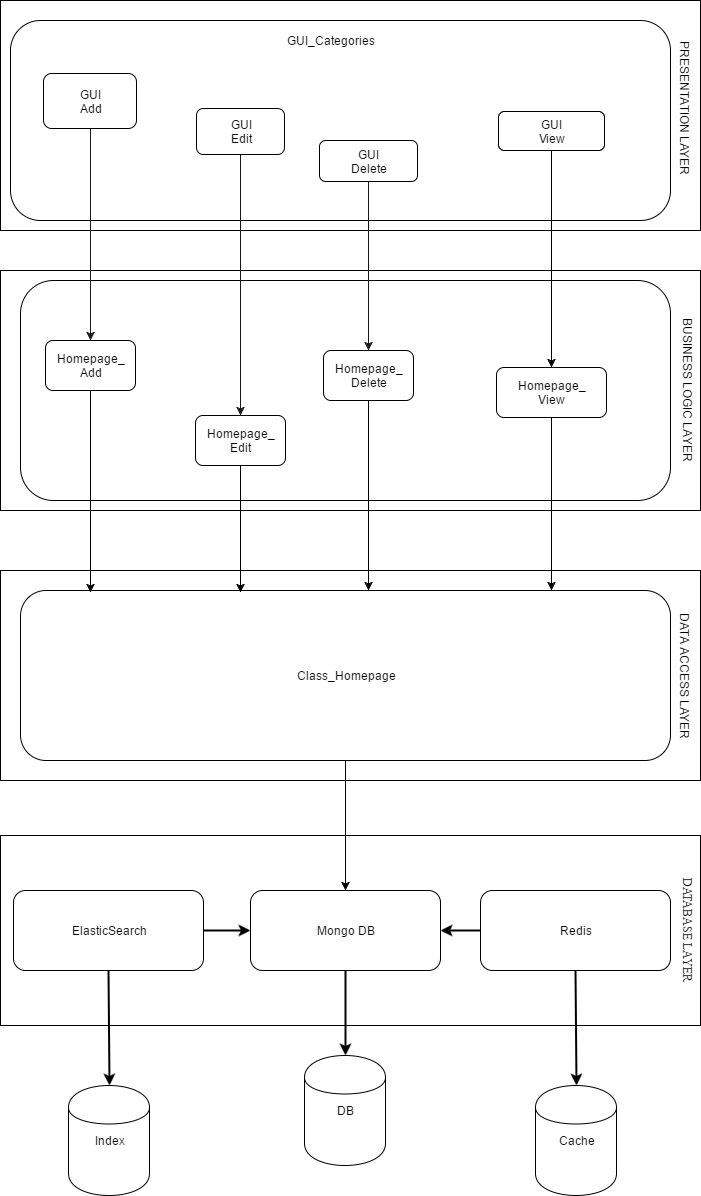
Haitrancntt/CapstonProject keeps this draw.io diagram as 4.SUBMIT_PLACE/4.1 HAI_TRAN/DESIGN/BSS_StaticView_Level2_Homepage.png. Above is the earlier version. Source tidied: cells renumbered, new cells last; positions are measured from the earlier drawing's top-left corner, leaving out a move shared by most shapes.
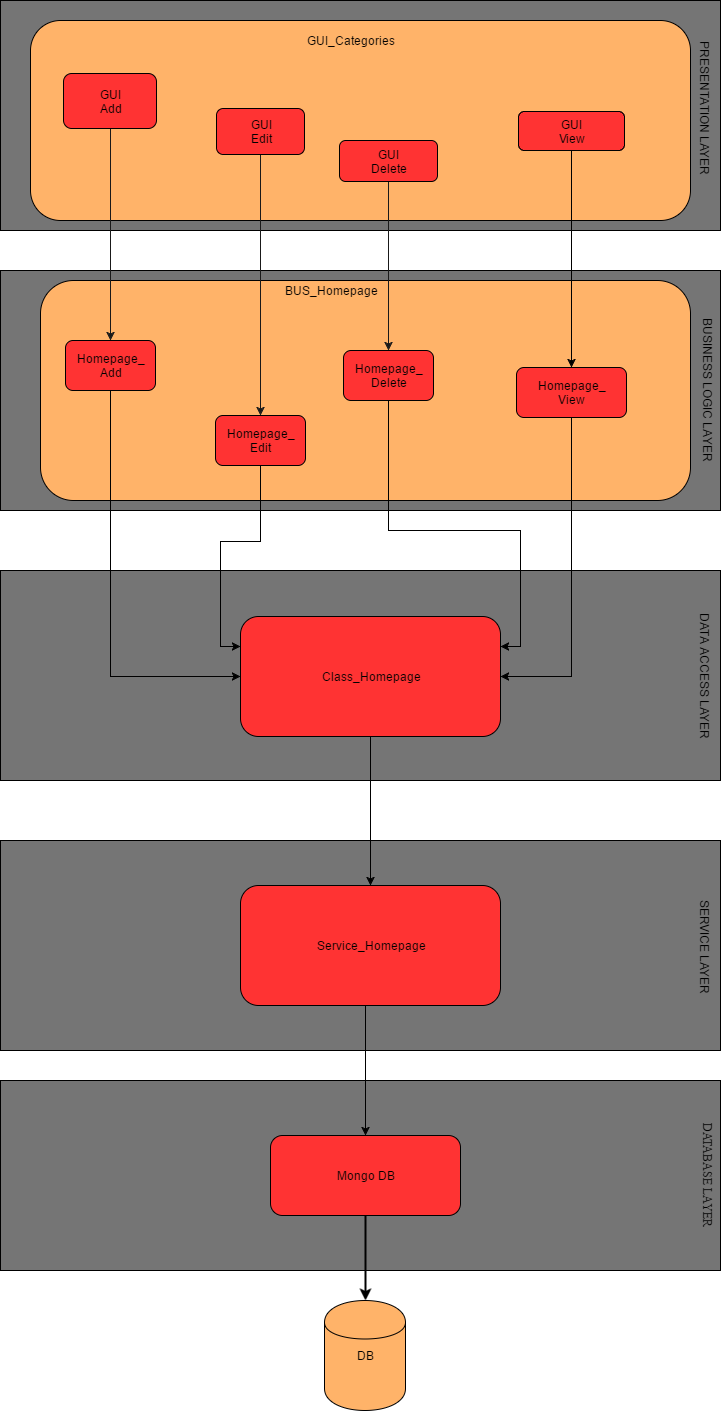
The same diagram one commit later.

Diff of the diagram source:
```diff
@@ -2,29 +2,37 @@
   <root>
     <mxCell id="0" />
     <mxCell id="1" parent="0" />
+    <mxCell id="42" style="whiteSpace=wrap;html=1;fillColor=#757575;" parent="1" vertex="1">
+      <mxGeometry x="-20" y="840" width="720" height="210" as="geometry" />
+    </mxCell>
-    <mxCell id="2" style="whiteSpace=wrap;html=1;" parent="1" vertex="1">
-      <mxGeometry y="835" width="700" height="190" as="geometry" />
+    <mxCell id="2" style="whiteSpace=wrap;html=1;fillColor=#757575;" parent="1" vertex="1">
+      <mxGeometry x="-20" y="1080" width="720" height="190" as="geometry" />
     </mxCell>
-    <mxCell id="3" style="whiteSpace=wrap;html=1;" parent="1" vertex="1">
-      <mxGeometry width="700" height="230" as="geometry" />
+    <mxCell id="3" style="whiteSpace=wrap;html=1;fillColor=#757575;" parent="1" vertex="1">
+      <mxGeometry x="-20" width="720" height="230" as="geometry" />
     </mxCell>
-    <mxCell id="4" value="&lt;div&gt;&lt;br&gt;&lt;/div&gt;&lt;div&gt;&lt;br&gt;&lt;/div&gt;&lt;div&gt;&lt;br&gt;&lt;/div&gt;&lt;div&gt;&lt;br&gt;&lt;/div&gt;&lt;div&gt;&lt;br&gt;&lt;/div&gt;&lt;div&gt;&lt;br&gt;&lt;/div&gt;&lt;div&gt;&lt;br&gt;&lt;/div&gt;&lt;div&gt;&lt;br&gt;&lt;/div&gt;&lt;div&gt;&lt;br&gt;&lt;/div&gt;&lt;div&gt;&lt;br&gt;&lt;/div&gt;" style="rounded=1;whiteSpace=wrap;html=1;" parent="1" vertex="1">
+    <mxCell id="4" value="&lt;div&gt;&lt;br&gt;&lt;/div&gt;&lt;div&gt;&lt;br&gt;&lt;/div&gt;&lt;div&gt;&lt;br&gt;&lt;/div&gt;&lt;div&gt;&lt;br&gt;&lt;/div&gt;&lt;div&gt;&lt;br&gt;&lt;/div&gt;&lt;div&gt;&lt;br&gt;&lt;/div&gt;&lt;div&gt;&lt;br&gt;&lt;/div&gt;&lt;div&gt;&lt;br&gt;&lt;/div&gt;&lt;div&gt;&lt;br&gt;&lt;/div&gt;&lt;div&gt;&lt;br&gt;&lt;/div&gt;" style="rounded=1;whiteSpace=wrap;html=1;fillColor=#FFB369;" parent="1" vertex="1">
       <mxGeometry x="10" y="20" width="660" height="200" as="geometry" />
     </mxCell>
-    <mxCell id="5" style="whiteSpace=wrap;html=1;" parent="1" vertex="1">
-      <mxGeometry y="570" width="700" height="210" as="geometry" />
+    <mxCell id="5" style="whiteSpace=wrap;html=1;fillColor=#757575;" parent="1" vertex="1">
+      <mxGeometry x="-20" y="570" width="720" height="210" as="geometry" />
     </mxCell>
-    <mxCell id="6" style="whiteSpace=wrap;html=1;" parent="1" vertex="1">
-      <mxGeometry y="270" width="700" height="240" as="geometry" />
+    <mxCell id="6" style="whiteSpace=wrap;html=1;fillColor=#757575;" parent="1" vertex="1">
+      <mxGeometry x="-20" y="270" width="720" height="240" as="geometry" />
     </mxCell>
-    <mxCell id="7" value="&lt;div&gt;&lt;br&gt;&lt;/div&gt;" style="rounded=1;whiteSpace=wrap;html=1;" parent="1" vertex="1">
+    <mxCell id="7" value="&lt;div&gt;&lt;br&gt;&lt;/div&gt;" style="rounded=1;whiteSpace=wrap;html=1;fillColor=#FFB369;" parent="1" vertex="1">
       <mxGeometry x="20" y="280" width="650" height="220" as="geometry" />
     </mxCell>
-    <mxCell id="8" style="edgeStyle=orthogonalEdgeStyle;rounded=0;html=1;exitX=0.5;exitY=1;entryX=0.5;entryY=0;jettySize=auto;" parent="1" edge="1" source="9" target="30">
-      <mxGeometry relative="1" as="geometry" />
+    <mxCell id="8" style="edgeStyle=orthogonalEdgeStyle;rounded=0;html=1;exitX=0.5;exitY=1;entryX=0.5;entryY=0;jettySize=auto;" parent="1" edge="1" target="30">
+      <mxGeometry relative="1" as="geometry">
+        <mxPoint x="345" y="1005" as="sourcePoint" />
+      </mxGeometry>
     </mxCell>
+    <mxCell id="43" style="edgeStyle=orthogonalEdgeStyle;rounded=0;html=1;exitX=0.5;exitY=1;entryX=0.5;entryY=0;jettySize=auto;strokeColor=#000000;fontColor=#000000;" parent="1" edge="1" source="9" target="49">
+      <mxGeometry relative="1" as="geometry" />
+    </mxCell>
-    <mxCell id="9" value="&lt;div&gt;Class_Homepage&lt;/div&gt;" style="rounded=1;whiteSpace=wrap;html=1;" parent="1" vertex="1">
-      <mxGeometry x="20" y="590" width="650" height="170" as="geometry" />
+    <mxCell id="9" value="&lt;div&gt;Class_Homepage&lt;/div&gt;" style="rounded=1;whiteSpace=wrap;html=1;fillColor=#FF3333;" parent="1" vertex="1">
+      <mxGeometry x="220" y="616" width="260" height="120" as="geometry" />
     </mxCell>
     <mxCell id="10" value="BUSINESS LOGIC LAYER" style="text;html=1;strokeColor=none;fillColor=none;align=center;verticalAlign=middle;whiteSpace=wrap;rotation=90;" parent="1" vertex="1">
       <mxGeometry x="603" y="380" width="170" height="20" as="geometry" />
@@ -41,94 +49,77 @@
     <mxCell id="14" style="edgeStyle=orthogonalEdgeStyle;rounded=0;html=1;exitX=0.5;exitY=1;entryX=0.5;entryY=0;startArrow=none;startFill=0;jettySize=auto;strokeColor=#191919;" parent="1" edge="1" source="24" target="18">
       <mxGeometry relative="1" as="geometry" />
     </mxCell>
-    <mxCell id="15" style="edgeStyle=orthogonalEdgeStyle;rounded=0;html=1;exitX=0.5;exitY=1;entryX=0.544;entryY=0.012;entryPerimeter=0;jettySize=auto;" parent="1" edge="1" source="16">
-      <mxGeometry relative="1" as="geometry">
-        <mxPoint x="90" y="592" as="targetPoint" />
-      </mxGeometry>
-    </mxCell>
+    <mxCell id="44" style="edgeStyle=orthogonalEdgeStyle;rounded=0;html=1;exitX=0.5;exitY=1;entryX=0;entryY=0.5;jettySize=auto;strokeColor=#000000;fontColor=#000000;" parent="1" edge="1" source="16" target="9">
+      <mxGeometry relative="1" as="geometry" />
+    </mxCell>
-    <mxCell id="16" value="Homepage_&lt;div&gt;Add&lt;/div&gt;" style="rounded=1;whiteSpace=wrap;html=1;" parent="1" vertex="1">
+    <mxCell id="16" value="Homepage_&lt;div&gt;Add&lt;/div&gt;" style="rounded=1;whiteSpace=wrap;html=1;fillColor=#FF3333;" parent="1" vertex="1">
       <mxGeometry x="45" y="340" width="90" height="50" as="geometry" />
     </mxCell>
-    <mxCell id="17" style="edgeStyle=orthogonalEdgeStyle;rounded=0;html=1;exitX=0.5;exitY=1;entryX=0.635;entryY=0.012;entryPerimeter=0;jettySize=auto;" parent="1" edge="1" source="18">
-      <mxGeometry relative="1" as="geometry">
-        <mxPoint x="240" y="592" as="targetPoint" />
-      </mxGeometry>
-    </mxCell>
+    <mxCell id="45" style="edgeStyle=orthogonalEdgeStyle;rounded=0;html=1;exitX=0.5;exitY=1;entryX=0;entryY=0.25;jettySize=auto;strokeColor=#000000;fontColor=#000000;" parent="1" edge="1" source="18" target="9">
+      <mxGeometry relative="1" as="geometry" />
+    </mxCell>
-    <mxCell id="18" value="Homepage_&lt;div&gt;Edit&lt;/div&gt;" style="rounded=1;whiteSpace=wrap;html=1;" parent="1" vertex="1">
+    <mxCell id="18" value="Homepage_&lt;div&gt;Edit&lt;/div&gt;" style="rounded=1;whiteSpace=wrap;html=1;fillColor=#FF3333;" parent="1" vertex="1">
       <mxGeometry x="195" y="415" width="90" height="50" as="geometry" />
     </mxCell>
-    <mxCell id="19" style="edgeStyle=orthogonalEdgeStyle;rounded=0;html=1;exitX=0.5;exitY=1;entryX=0.701;entryY=0;entryPerimeter=0;jettySize=auto;" parent="1" edge="1" source="20">
-      <mxGeometry relative="1" as="geometry">
-        <mxPoint x="368" y="590" as="targetPoint" />
-      </mxGeometry>
-    </mxCell>
+    <mxCell id="46" style="edgeStyle=orthogonalEdgeStyle;rounded=0;html=1;exitX=0.5;exitY=1;entryX=1;entryY=0.25;jettySize=auto;strokeColor=#000000;fontColor=#000000;" parent="1" edge="1" source="20" target="9">
+      <mxGeometry relative="1" as="geometry">
+        <Array as="points">
+          <mxPoint x="368" y="530" />
+          <mxPoint x="500" y="530" />
+          <mxPoint x="500" y="646" />
+        </Array>
+      </mxGeometry>
+    </mxCell>
-    <mxCell id="20" value="Homepage_&lt;div&gt;Delete&lt;/div&gt;" style="rounded=1;whiteSpace=wrap;html=1;" parent="1" vertex="1">
+    <mxCell id="20" value="Homepage_&lt;div&gt;Delete&lt;/div&gt;" style="rounded=1;whiteSpace=wrap;html=1;fillColor=#FF3333;" parent="1" vertex="1">
       <mxGeometry x="323" y="350" width="90" height="50" as="geometry" />
     </mxCell>
     <mxCell id="21" value="PRESENTATION LAYER" style="text;html=1;strokeColor=none;fillColor=none;align=center;verticalAlign=middle;whiteSpace=wrap;rotation=90;" parent="1" vertex="1">
       <mxGeometry x="600" y="98" width="170" height="20" as="geometry" />
     </mxCell>
-    <mxCell id="22" value="GUI&lt;div&gt;Add&lt;/div&gt;" style="rounded=1;whiteSpace=wrap;html=1;" parent="1" vertex="1">
+    <mxCell id="22" value="GUI&lt;div&gt;Add&lt;/div&gt;" style="rounded=1;whiteSpace=wrap;html=1;fillColor=#FF3333;" parent="1" vertex="1">
       <mxGeometry x="43" y="73" width="93" height="55" as="geometry" />
     </mxCell>
-    <mxCell id="23" value="GUI&lt;div&gt;Delete&lt;/div&gt;" style="rounded=1;whiteSpace=wrap;html=1;" parent="1" vertex="1">
+    <mxCell id="23" value="GUI&lt;div&gt;Delete&lt;/div&gt;" style="rounded=1;whiteSpace=wrap;html=1;fillColor=#FF3333;" parent="1" vertex="1">
       <mxGeometry x="319" y="140" width="98" height="41" as="geometry" />
     </mxCell>
-    <mxCell id="24" value="GUI&lt;div&gt;Edit&lt;/div&gt;" style="rounded=1;whiteSpace=wrap;html=1;" parent="1" vertex="1">
+    <mxCell id="24" value="GUI&lt;div&gt;Edit&lt;/div&gt;" style="rounded=1;whiteSpace=wrap;html=1;fillColor=#FF3333;" parent="1" vertex="1">
       <mxGeometry x="196" y="108" width="88" height="46" as="geometry" />
     </mxCell>
     <mxCell id="25" style="edgeStyle=orthogonalEdgeStyle;rounded=0;html=1;exitX=0.5;exitY=1;entryX=0.5;entryY=0;jettySize=auto;" parent="1" edge="1" source="26" target="28">
       <mxGeometry relative="1" as="geometry" />
     </mxCell>
-    <mxCell id="26" value="GUI&lt;div&gt;View&lt;/div&gt;" style="rounded=1;whiteSpace=wrap;html=1;" parent="1" vertex="1">
+    <mxCell id="26" value="GUI&lt;div&gt;View&lt;/div&gt;" style="rounded=1;whiteSpace=wrap;html=1;fillColor=#FF3333;" parent="1" vertex="1">
       <mxGeometry x="498" y="111" width="106" height="39" as="geometry" />
     </mxCell>
-    <mxCell id="27" style="edgeStyle=orthogonalEdgeStyle;rounded=0;html=1;exitX=0.5;exitY=1;jettySize=auto;" parent="1" edge="1" source="28">
-      <mxGeometry relative="1" as="geometry">
-        <mxPoint x="551" y="590" as="targetPoint" />
-      </mxGeometry>
-    </mxCell>
+    <mxCell id="47" style="edgeStyle=orthogonalEdgeStyle;rounded=0;html=1;exitX=0.5;exitY=1;entryX=1;entryY=0.5;jettySize=auto;strokeColor=#000000;fontColor=#000000;" parent="1" edge="1" source="28" target="9">
+      <mxGeometry relative="1" as="geometry" />
+    </mxCell>
-    <mxCell id="28" value="Homepage_&lt;div&gt;View&lt;/div&gt;" style="rounded=1;whiteSpace=wrap;html=1;" parent="1" vertex="1">
+    <mxCell id="28" value="Homepage_&lt;div&gt;View&lt;/div&gt;" style="rounded=1;whiteSpace=wrap;html=1;fillColor=#FF3333;" parent="1" vertex="1">
       <mxGeometry x="496" y="367" width="110" height="50" as="geometry" />
     </mxCell>
-    <mxCell id="29" value="&lt;div&gt;Redis&lt;/div&gt;" style="rounded=1;whiteSpace=wrap;html=1;" parent="1" vertex="1">
-      <mxGeometry x="480" y="890" width="190" height="80" as="geometry" />
-    </mxCell>
-    <mxCell id="30" value="Mongo DB" style="rounded=1;whiteSpace=wrap;html=1;" parent="1" vertex="1">
-      <mxGeometry x="250" y="890" width="190" height="80" as="geometry" />
+    <mxCell id="30" value="Mongo DB" style="rounded=1;whiteSpace=wrap;html=1;fillColor=#FF3333;" parent="1" vertex="1">
+      <mxGeometry x="250" y="1135" width="190" height="80" as="geometry" />
     </mxCell>
-    <mxCell id="31" value="DB" style="shape=cylinder;whiteSpace=wrap;html=1;" parent="1" vertex="1">
-      <mxGeometry x="304" y="1055" width="81" height="110" as="geometry" />
+    <mxCell id="31" value="DB" style="shape=cylinder;whiteSpace=wrap;html=1;fillColor=#FFB369;" parent="1" vertex="1">
+      <mxGeometry x="304" y="1300" width="81" height="110" as="geometry" />
     </mxCell>
-    <mxCell id="32" value="Cache" style="shape=cylinder;whiteSpace=wrap;html=1;" parent="1" vertex="1">
-      <mxGeometry x="535" y="1085" width="81" height="110" as="geometry" />
-    </mxCell>
-    <mxCell id="33" value="Index" style="shape=cylinder;whiteSpace=wrap;html=1;" parent="1" vertex="1">
-      <mxGeometry x="68" y="1085" width="81" height="110" as="geometry" />
-    </mxCell>
-    <mxCell id="34" value="ElasticSearch" style="rounded=1;whiteSpace=wrap;html=1;" parent="1" vertex="1">
-      <mxGeometry x="13" y="890" width="190" height="80" as="geometry" />
-    </mxCell>
-    <mxCell id="35" style="endArrow=classic;html=1;exitX=0.5;exitY=1;entryX=0.5;entryY=0;strokeWidth=2;" parent="1" edge="1" source="34" target="33">
-      <mxGeometry x="468.7" y="989.7" as="geometry" />
-    </mxCell>
-    <mxCell id="36" style="endArrow=classic;html=1;exitX=0.5;exitY=1;entryX=0.5;entryY=0;strokeWidth=2;" parent="1" edge="1" source="29" target="32">
-      <mxGeometry x="935" y="990" as="geometry" />
-    </mxCell>
     <mxCell id="37" style="endArrow=classic;html=1;exitX=0.5;exitY=1;entryX=0.5;entryY=0;strokeWidth=2;" parent="1" edge="1" source="30" target="31">
-      <mxGeometry x="705" y="990" as="geometry" />
+      <mxGeometry x="705" y="1235" as="geometry" />
     </mxCell>
-    <mxCell id="38" style="endArrow=classic;html=1;entryX=0;entryY=0.5;exitX=1;exitY=0.5;strokeWidth=2;" parent="1" edge="1" source="34" target="30">
-      <mxGeometry x="563.7" y="949.7" as="geometry" />
-    </mxCell>
-    <mxCell id="39" style="endArrow=classic;html=1;entryX=1;entryY=0.5;exitX=0;exitY=0.5;strokeWidth=2;" parent="1" edge="1" source="29" target="30">
-      <mxGeometry x="800.3" y="949.7" as="geometry" />
-    </mxCell>
     <mxCell id="40" value="&lt;font face=&quot;Times New Roman&quot; style=&quot;font-size: 12px&quot;&gt;DATABASE LAYER&lt;/font&gt;" style="text;html=1;strokeColor=none;fillColor=none;align=center;verticalAlign=middle;whiteSpace=wrap;rotation=90;" parent="1" vertex="1">
-      <mxGeometry x="605" y="920" width="165" height="20" as="geometry" />
+      <mxGeometry x="605" y="1165" width="165" height="20" as="geometry" />
     </mxCell>
     <mxCell id="41" value="GUI_Categories" style="text;html=1;strokeColor=none;fillColor=none;align=center;verticalAlign=middle;whiteSpace=wrap;" parent="1" vertex="1">
       <mxGeometry x="310" y="30" width="40" height="20" as="geometry" />
     </mxCell>
+    <mxCell id="48" value="SERVICE LAYER" style="text;html=1;strokeColor=none;fillColor=none;align=center;verticalAlign=middle;whiteSpace=wrap;rotation=90;" parent="1" vertex="1">
+      <mxGeometry x="600" y="936" width="170" height="20" as="geometry" />
+    </mxCell>
+    <mxCell id="49" value="&lt;div&gt;Service_Homepage&lt;/div&gt;" style="rounded=1;whiteSpace=wrap;html=1;fillColor=#FF3333;" parent="1" vertex="1">
+      <mxGeometry x="220" y="885" width="260" height="120" as="geometry" />
+    </mxCell>
+    <mxCell id="50" value="BUS_Homepage" style="text;html=1;strokeColor=none;fillColor=none;align=center;verticalAlign=middle;whiteSpace=wrap;fontColor=#000000;" parent="1" vertex="1">
+      <mxGeometry x="290" y="280" width="40" height="20" as="geometry" />
+    </mxCell>
   </root>
 </mxGraphModel>
```
